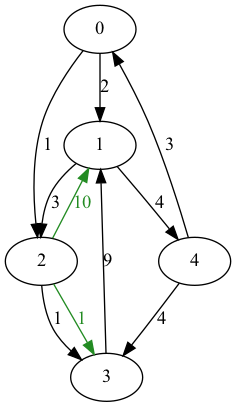
This is lab_08/task.png from EmirShimshir/BMSTU_sem3_TaSD, a Graphviz export, as it was before one commit. Its source is kept beside it as lab_08/data/task.gv.
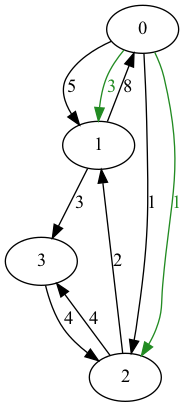
Above is the later version.

The edit, as a diff of the source:
```diff
@@ -1,12 +1,11 @@
 digraph LAB_08 {
-0 -> 1 [label="2"];
+0 -> 1 [label="5"];
 0 -> 2 [label="1"];
-1 -> 2 [label="3"];
-1 -> 4 [label="4"];
-2 -> 3 [label="1"];
-3 -> 1 [label="9"];
-4 -> 0 [label="3"];
-4 -> 3 [label="4"];
-2 -> 1 [label="10" color="#228b22" fontcolor="#228b22"];
-2 -> 3 [label="1" color="#228b22" fontcolor="#228b22"];
+1 -> 0 [label="8"];
+1 -> 3 [label="3"];
+2 -> 1 [label="2"];
+2 -> 3 [label="4"];
+3 -> 2 [label="4"];
+0 -> 1 [label="3" color="#228b22" fontcolor="#228b22"];
+0 -> 2 [label="1" color="#228b22" fontcolor="#228b22"];
 }
```
